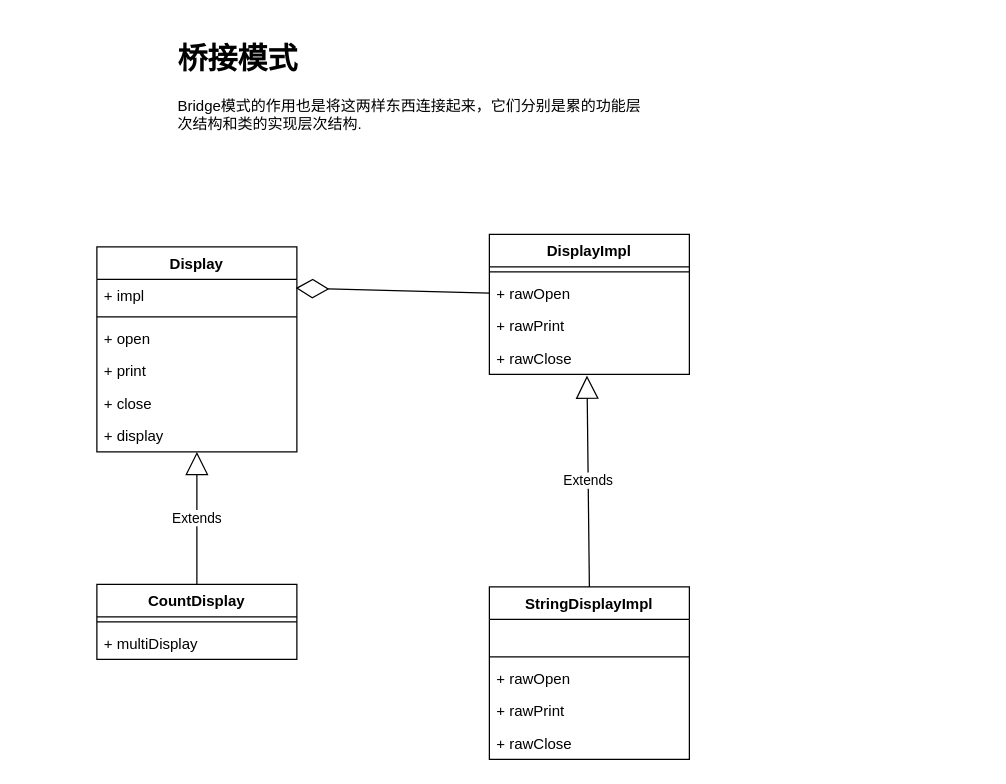
This is patterns/src/main/java/com/tenstone/leet/patterns/bridge/bridge.drawio from mozhou-tech/java-in-depth, a draw.io file, before an edit. Source tidied: cells renumbered, new cells numbered last; positions are measured from the earlier drawing's top-left corner, leaving out a move shared by most shapes. Both pictures are drawn from the tidied source at 125%, with x=0, y=0 at pixel (96, 34).
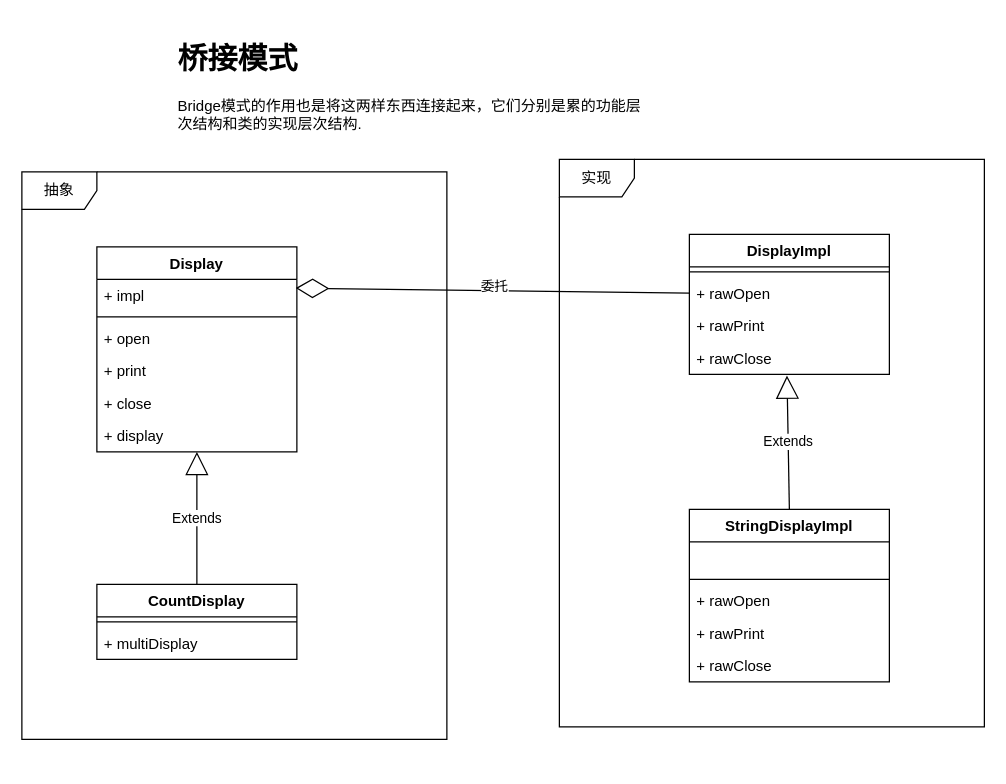
The same diagram, later.

Unchanged cells that the change refers to:
```xml
<mxCell id="25" style="endArrow=diamondThin;endFill=0;endSize=24;html=1;entryX=0.994;entryY=0.269;entryDx=0;entryDy=0;entryPerimeter=0;exitX=0;exitY=0.5;exitDx=0;exitDy=0;" parent="1" edge="1" source="11" target="3">
  <mxGeometry relative="1" as="geometry" />
</mxCell>
```

Change to the diagram source:
```diff
@@
+    <mxCell id="27" value="实现" style="shape=umlFrame;whiteSpace=wrap;html=1;" parent="1" vertex="1">
+      <mxGeometry x="370" y="100" width="340" height="454" as="geometry" />
+    </mxCell>
@@
     <mxCell id="9" value="DisplayImpl" style="swimlane;fontStyle=1;align=center;verticalAlign=top;horizontal=1;startSize=26;" parent="1" vertex="1">
-      <mxGeometry x="314" y="160" width="160" height="112" as="geometry" />
+      <mxGeometry x="474" y="160" width="160" height="112" as="geometry" />
     </mxCell>
@@
     <mxCell id="17" value="StringDisplayImpl" style="swimlane;fontStyle=1;align=center;verticalAlign=top;horizontal=1;startSize=26;" parent="1" vertex="1">
-      <mxGeometry x="314" y="442" width="160" height="138" as="geometry" />
+      <mxGeometry x="474" y="380" width="160" height="138" as="geometry" />
     </mxCell>
@@
+    <mxCell id="28" value="委托" style="edgeLabel;html=1;align=center;verticalAlign=middle;" parent="25" vertex="1">
+      <mxGeometry y="-4" relative="1" as="geometry" />
+    </mxCell>
@@
+    <mxCell id="29" value="抽象" style="shape=umlFrame;whiteSpace=wrap;html=1;" parent="1" vertex="1">
+      <mxGeometry x="-60" y="110" width="340" height="454" as="geometry" />
+    </mxCell>
```
